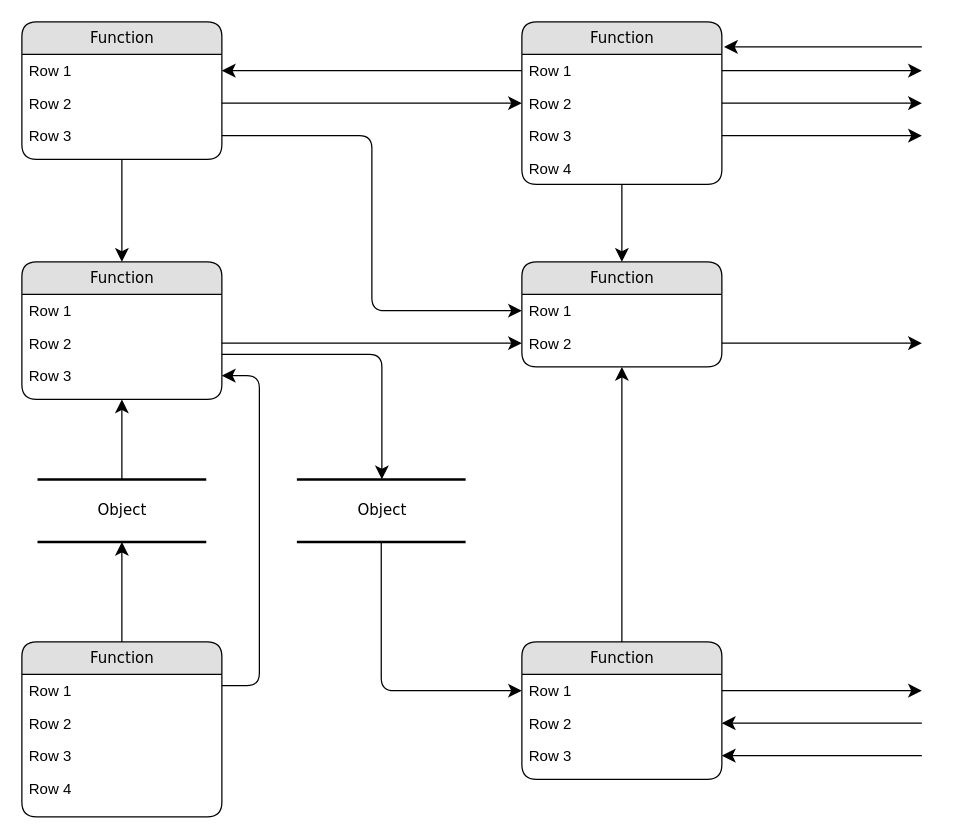
Earlier version of the draw.io diagram mis350-dfd-portfolioproject.drawio (argounova/draw-io). Source tidied: cells renumbered, new cells numbered last; positions are measured from the earlier drawing's top-left corner, leaving out a move shared by most shapes. Both pictures are drawn from the tidied source at 125%, with x=0, y=0 at pixel (21, 21).
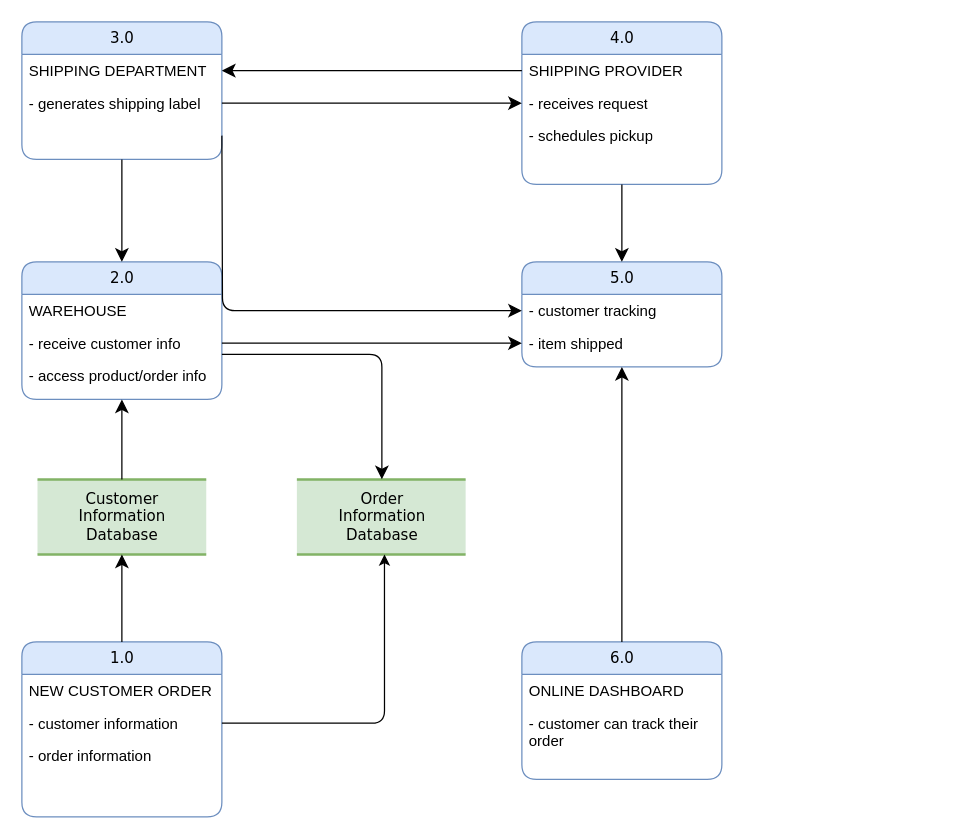
The same page after the edit.

What changed in the source:
```diff
@@
-    <mxCell id="2" value="Object" style="html=1;rounded=0;shadow=0;comic=0;labelBackgroundColor=none;strokeWidth=2;fontFamily=Verdana;fontSize=12;align=center;shape=mxgraph.ios7ui.horLines;" parent="1" vertex="1">
-      <mxGeometry x="12.5" y="366" width="135" height="50" as="geometry" />
+    <mxCell id="2" value="Customer&lt;div&gt;Information&lt;/div&gt;&lt;div&gt;Database&lt;/div&gt;" style="html=1;rounded=0;shadow=0;comic=0;labelBackgroundColor=none;strokeWidth=2;fontFamily=Verdana;fontSize=12;align=center;shape=mxgraph.ios7ui.horLines;fillColor=#d5e8d4;strokeColor=#82b366;" parent="1" vertex="1">
+      <mxGeometry x="12.5" y="366" width="135" height="60" as="geometry" />
     </mxCell>
-    <mxCell id="3" value="Function" style="swimlane;html=1;fontStyle=0;horizontal=1;startSize=26;fillColor=#e0e0e0;swimlaneFillColor=#ffffff;align=center;rounded=1;shadow=0;comic=0;labelBackgroundColor=none;strokeWidth=1;fontFamily=Verdana;fontSize=12;" parent="1" vertex="1">
+    <mxCell id="3" value="3.0" style="swimlane;html=1;fontStyle=0;horizontal=1;startSize=26;fillColor=#dae8fc;swimlaneFillColor=#ffffff;align=center;rounded=1;shadow=0;comic=0;labelBackgroundColor=none;strokeWidth=1;fontFamily=Verdana;fontSize=12;strokeColor=#6c8ebf;" parent="1" vertex="1">
       <mxGeometry width="160" height="110" as="geometry" />
     </mxCell>
-    <mxCell id="4" value="Row 1" style="text;html=1;strokeColor=none;fillColor=none;spacingLeft=4;spacingRight=4;whiteSpace=wrap;overflow=hidden;points=[[0,0.5],[1,0.5]];portConstraint=eastwest;" parent="3" vertex="1">
+    <mxCell id="4" value="SHIPPING DEPARTMENT" style="text;html=1;strokeColor=none;fillColor=none;spacingLeft=4;spacingRight=4;whiteSpace=wrap;overflow=hidden;points=[[0,0.5],[1,0.5]];portConstraint=eastwest;" parent="3" vertex="1">
       <mxGeometry y="26" width="160" height="26" as="geometry" />
     </mxCell>
-    <mxCell id="5" value="Row 2" style="text;html=1;strokeColor=none;fillColor=none;spacingLeft=4;spacingRight=4;whiteSpace=wrap;overflow=hidden;points=[[0,0.5],[1,0.5]];portConstraint=eastwest;" parent="3" vertex="1">
+    <mxCell id="5" value="- generates shipping label" style="text;html=1;strokeColor=none;fillColor=none;spacingLeft=4;spacingRight=4;whiteSpace=wrap;overflow=hidden;points=[[0,0.5],[1,0.5]];portConstraint=eastwest;" parent="3" vertex="1">
       <mxGeometry y="52" width="160" height="26" as="geometry" />
     </mxCell>
-    <mxCell id="6" value="Row 3" style="text;html=1;strokeColor=none;fillColor=none;spacingLeft=4;spacingRight=4;whiteSpace=wrap;overflow=hidden;points=[[0,0.5],[1,0.5]];portConstraint=eastwest;" parent="3" vertex="1">
-      <mxGeometry y="78" width="160" height="26" as="geometry" />
-    </mxCell>
-    <mxCell id="7" value="Function" style="swimlane;html=1;fontStyle=0;horizontal=1;startSize=26;fillColor=#e0e0e0;swimlaneFillColor=#ffffff;align=center;rounded=1;shadow=0;comic=0;labelBackgroundColor=none;strokeWidth=1;fontFamily=Verdana;fontSize=12;" parent="1" vertex="1">
+    <mxCell id="7" value="4.0" style="swimlane;html=1;fontStyle=0;horizontal=1;startSize=26;fillColor=#dae8fc;swimlaneFillColor=#ffffff;align=center;rounded=1;shadow=0;comic=0;labelBackgroundColor=none;strokeWidth=1;fontFamily=Verdana;fontSize=12;strokeColor=#6c8ebf;" parent="1" vertex="1">
       <mxGeometry x="400" width="160" height="130" as="geometry" />
     </mxCell>
-    <mxCell id="8" value="Row 1" style="text;html=1;strokeColor=none;fillColor=none;spacingLeft=4;spacingRight=4;whiteSpace=wrap;overflow=hidden;points=[[0,0.5],[1,0.5]];portConstraint=eastwest;" parent="7" vertex="1">
+    <mxCell id="8" value="SHIPPING PROVIDER" style="text;html=1;strokeColor=none;fillColor=none;spacingLeft=4;spacingRight=4;whiteSpace=wrap;overflow=hidden;points=[[0,0.5],[1,0.5]];portConstraint=eastwest;" parent="7" vertex="1">
       <mxGeometry y="26" width="160" height="26" as="geometry" />
     </mxCell>
-    <mxCell id="9" value="Row 2" style="text;html=1;strokeColor=none;fillColor=none;spacingLeft=4;spacingRight=4;whiteSpace=wrap;overflow=hidden;points=[[0,0.5],[1,0.5]];portConstraint=eastwest;" parent="7" vertex="1">
+    <mxCell id="9" value="- receives request" style="text;html=1;strokeColor=none;fillColor=none;spacingLeft=4;spacingRight=4;whiteSpace=wrap;overflow=hidden;points=[[0,0.5],[1,0.5]];portConstraint=eastwest;" parent="7" vertex="1">
       <mxGeometry y="52" width="160" height="26" as="geometry" />
     </mxCell>
-    <mxCell id="10" value="Row 3" style="text;html=1;strokeColor=none;fillColor=none;spacingLeft=4;spacingRight=4;whiteSpace=wrap;overflow=hidden;points=[[0,0.5],[1,0.5]];portConstraint=eastwest;" parent="7" vertex="1">
+    <mxCell id="10" value="- schedules pickup" style="text;html=1;strokeColor=none;fillColor=none;spacingLeft=4;spacingRight=4;whiteSpace=wrap;overflow=hidden;points=[[0,0.5],[1,0.5]];portConstraint=eastwest;" parent="7" vertex="1">
       <mxGeometry y="78" width="160" height="26" as="geometry" />
     </mxCell>
-    <mxCell id="11" value="Row 4" style="text;html=1;strokeColor=none;fillColor=none;spacingLeft=4;spacingRight=4;whiteSpace=wrap;overflow=hidden;" parent="7" vertex="1">
-      <mxGeometry y="104" width="160" height="26" as="geometry" />
-    </mxCell>
-    <mxCell id="12" value="Function" style="swimlane;html=1;fontStyle=0;horizontal=1;startSize=26;fillColor=#e0e0e0;swimlaneFillColor=#ffffff;align=center;rounded=1;shadow=0;comic=0;labelBackgroundColor=none;strokeWidth=1;fontFamily=Verdana;fontSize=12;" parent="1" vertex="1">
+    <mxCell id="12" value="2.0" style="swimlane;html=1;fontStyle=0;horizontal=1;startSize=26;fillColor=#dae8fc;swimlaneFillColor=#ffffff;align=center;rounded=1;shadow=0;comic=0;labelBackgroundColor=none;strokeWidth=1;fontFamily=Verdana;fontSize=12;strokeColor=#6c8ebf;" parent="1" vertex="1">
       <mxGeometry y="192" width="160" height="110" as="geometry" />
     </mxCell>
-    <mxCell id="13" value="Row 1" style="text;html=1;strokeColor=none;fillColor=none;spacingLeft=4;spacingRight=4;whiteSpace=wrap;overflow=hidden;" parent="12" vertex="1">
+    <mxCell id="13" value="WAREHOUSE" style="text;html=1;strokeColor=none;fillColor=none;spacingLeft=4;spacingRight=4;whiteSpace=wrap;overflow=hidden;" parent="12" vertex="1">
       <mxGeometry y="26" width="160" height="26" as="geometry" />
     </mxCell>
-    <mxCell id="14" value="Row 2" style="text;html=1;strokeColor=none;fillColor=none;spacingLeft=4;spacingRight=4;whiteSpace=wrap;overflow=hidden;points=[[0,0.5],[1,0.5]];portConstraint=eastwest;" parent="12" vertex="1">
+    <mxCell id="14" value="- receive customer info" style="text;html=1;strokeColor=none;fillColor=none;spacingLeft=4;spacingRight=4;whiteSpace=wrap;overflow=hidden;points=[[0,0.5],[1,0.5]];portConstraint=eastwest;" parent="12" vertex="1">
       <mxGeometry y="52" width="160" height="26" as="geometry" />
     </mxCell>
-    <mxCell id="15" value="Row 3" style="text;html=1;strokeColor=none;fillColor=none;spacingLeft=4;spacingRight=4;whiteSpace=wrap;overflow=hidden;points=[[0,0.5],[1,0.5]];portConstraint=eastwest;" parent="12" vertex="1">
+    <mxCell id="15" value="- access product/order info" style="text;html=1;strokeColor=none;fillColor=none;spacingLeft=4;spacingRight=4;whiteSpace=wrap;overflow=hidden;points=[[0,0.5],[1,0.5]];portConstraint=eastwest;" parent="12" vertex="1">
       <mxGeometry y="78" width="160" height="26" as="geometry" />
     </mxCell>
-    <mxCell id="16" value="Function" style="swimlane;html=1;fontStyle=0;horizontal=1;startSize=26;fillColor=#e0e0e0;swimlaneFillColor=#ffffff;align=center;rounded=1;shadow=0;comic=0;labelBackgroundColor=none;strokeWidth=1;fontFamily=Verdana;fontSize=12;" parent="1" vertex="1">
+    <mxCell id="16" value="1.0" style="swimlane;html=1;fontStyle=0;horizontal=1;startSize=26;fillColor=#dae8fc;swimlaneFillColor=#ffffff;align=center;rounded=1;shadow=0;comic=0;labelBackgroundColor=none;strokeWidth=1;fontFamily=Verdana;fontSize=12;strokeColor=#6c8ebf;" parent="1" vertex="1">
       <mxGeometry y="496" width="160" height="140" as="geometry" />
     </mxCell>
-    <mxCell id="17" value="Row 1" style="text;html=1;strokeColor=none;fillColor=none;spacingLeft=4;spacingRight=4;whiteSpace=wrap;overflow=hidden;" parent="16" vertex="1">
+    <mxCell id="17" value="NEW CUSTOMER ORDER" style="text;html=1;strokeColor=none;fillColor=none;spacingLeft=4;spacingRight=4;whiteSpace=wrap;overflow=hidden;" parent="16" vertex="1">
       <mxGeometry y="26" width="160" height="26" as="geometry" />
     </mxCell>
-    <mxCell id="18" value="Row 2" style="text;html=1;strokeColor=none;fillColor=none;spacingLeft=4;spacingRight=4;whiteSpace=wrap;overflow=hidden;points=[[0,0.5],[1,0.5]];portConstraint=eastwest;" parent="16" vertex="1">
+    <mxCell id="18" value="- customer information" style="text;html=1;strokeColor=none;fillColor=none;spacingLeft=4;spacingRight=4;whiteSpace=wrap;overflow=hidden;points=[[0,0.5],[1,0.5]];portConstraint=eastwest;" parent="16" vertex="1">
       <mxGeometry y="52" width="160" height="26" as="geometry" />
     </mxCell>
-    <mxCell id="19" value="Row 3" style="text;html=1;strokeColor=none;fillColor=none;spacingLeft=4;spacingRight=4;whiteSpace=wrap;overflow=hidden;" parent="16" vertex="1">
+    <mxCell id="19" value="- order information" style="text;html=1;strokeColor=none;fillColor=none;spacingLeft=4;spacingRight=4;whiteSpace=wrap;overflow=hidden;" parent="16" vertex="1">
       <mxGeometry y="78" width="160" height="26" as="geometry" />
     </mxCell>
-    <mxCell id="20" value="Row 4" style="text;html=1;strokeColor=none;fillColor=none;spacingLeft=4;spacingRight=4;whiteSpace=wrap;overflow=hidden;" parent="16" vertex="1">
-      <mxGeometry y="104" width="160" height="26" as="geometry" />
-    </mxCell>
-    <mxCell id="21" value="Function" style="swimlane;html=1;fontStyle=0;horizontal=1;startSize=26;fillColor=#e0e0e0;swimlaneFillColor=#ffffff;align=center;rounded=1;shadow=0;comic=0;labelBackgroundColor=none;strokeWidth=1;fontFamily=Verdana;fontSize=12;" parent="1" vertex="1">
+    <mxCell id="21" value="5.0" style="swimlane;html=1;fontStyle=0;horizontal=1;startSize=26;fillColor=#dae8fc;swimlaneFillColor=#ffffff;align=center;rounded=1;shadow=0;comic=0;labelBackgroundColor=none;strokeWidth=1;fontFamily=Verdana;fontSize=12;strokeColor=#6c8ebf;" parent="1" vertex="1">
       <mxGeometry x="400" y="192" width="160" height="84" as="geometry" />
     </mxCell>
-    <mxCell id="22" value="Row 1" style="text;html=1;strokeColor=none;fillColor=none;spacingLeft=4;spacingRight=4;whiteSpace=wrap;overflow=hidden;points=[[0,0.5],[1,0.5]];portConstraint=eastwest;" parent="21" vertex="1">
+    <mxCell id="22" value="- customer tracking" style="text;html=1;strokeColor=none;fillColor=none;spacingLeft=4;spacingRight=4;whiteSpace=wrap;overflow=hidden;points=[[0,0.5],[1,0.5]];portConstraint=eastwest;" parent="21" vertex="1">
       <mxGeometry y="26" width="160" height="26" as="geometry" />
     </mxCell>
-    <mxCell id="23" value="Row 2" style="text;html=1;strokeColor=none;fillColor=none;spacingLeft=4;spacingRight=4;whiteSpace=wrap;overflow=hidden;points=[[0,0.5],[1,0.5]];portConstraint=eastwest;" parent="21" vertex="1">
+    <mxCell id="23" value="- item shipped" style="text;html=1;strokeColor=none;fillColor=none;spacingLeft=4;spacingRight=4;whiteSpace=wrap;overflow=hidden;points=[[0,0.5],[1,0.5]];portConstraint=eastwest;" parent="21" vertex="1">
       <mxGeometry y="52" width="160" height="26" as="geometry" />
     </mxCell>
-    <mxCell id="24" value="Function" style="swimlane;html=1;fontStyle=0;horizontal=1;startSize=26;fillColor=#e0e0e0;swimlaneFillColor=#ffffff;align=center;rounded=1;shadow=0;comic=0;labelBackgroundColor=none;strokeWidth=1;fontFamily=Verdana;fontSize=12;" parent="1" vertex="1">
+    <mxCell id="24" value="6.0" style="swimlane;html=1;fontStyle=0;horizontal=1;startSize=26;fillColor=#dae8fc;swimlaneFillColor=#ffffff;align=center;rounded=1;shadow=0;comic=0;labelBackgroundColor=none;strokeWidth=1;fontFamily=Verdana;fontSize=12;strokeColor=#6c8ebf;" parent="1" vertex="1">
       <mxGeometry x="400" y="496" width="160" height="110" as="geometry" />
     </mxCell>
-    <mxCell id="25" value="Row 1" style="text;html=1;strokeColor=none;fillColor=none;spacingLeft=4;spacingRight=4;whiteSpace=wrap;overflow=hidden;points=[[0,0.5],[1,0.5]];portConstraint=eastwest;" parent="24" vertex="1">
+    <mxCell id="25" value="ONLINE DASHBOARD" style="text;html=1;strokeColor=none;fillColor=none;spacingLeft=4;spacingRight=4;whiteSpace=wrap;overflow=hidden;points=[[0,0.5],[1,0.5]];portConstraint=eastwest;" parent="24" vertex="1">
       <mxGeometry y="26" width="160" height="26" as="geometry" />
     </mxCell>
-    <mxCell id="26" value="Row 2" style="text;html=1;strokeColor=none;fillColor=none;spacingLeft=4;spacingRight=4;whiteSpace=wrap;overflow=hidden;points=[[0,0.5],[1,0.5]];portConstraint=eastwest;" parent="24" vertex="1">
-      <mxGeometry y="52" width="160" height="26" as="geometry" />
+    <mxCell id="26" value="- customer can track their order" style="text;html=1;strokeColor=none;fillColor=none;spacingLeft=4;spacingRight=4;whiteSpace=wrap;overflow=hidden;points=[[0,0.5],[1,0.5]];portConstraint=eastwest;" parent="24" vertex="1">
+      <mxGeometry y="52" width="160" height="38" as="geometry" />
     </mxCell>
-    <mxCell id="27" value="Row 3" style="text;html=1;strokeColor=none;fillColor=none;spacingLeft=4;spacingRight=4;whiteSpace=wrap;overflow=hidden;points=[[0,0.5],[1,0.5]];portConstraint=eastwest;" parent="24" vertex="1">
-      <mxGeometry y="78" width="160" height="26" as="geometry" />
-    </mxCell>
-    <mxCell id="28" value="Object" style="html=1;rounded=0;shadow=0;comic=0;labelBackgroundColor=none;strokeWidth=2;fontFamily=Verdana;fontSize=12;align=center;shape=mxgraph.ios7ui.horLines;" parent="1" vertex="1">
-      <mxGeometry x="220" y="366" width="135" height="50" as="geometry" />
+    <mxCell id="28" value="Order&lt;div&gt;Information&lt;/div&gt;&lt;div&gt;Database&lt;/div&gt;" style="html=1;rounded=0;shadow=0;comic=0;labelBackgroundColor=none;strokeWidth=2;fontFamily=Verdana;fontSize=12;align=center;shape=mxgraph.ios7ui.horLines;fillColor=#d5e8d4;strokeColor=#82b366;" parent="1" vertex="1">
+      <mxGeometry x="220" y="366" width="135" height="60" as="geometry" />
     </mxCell>
@@
-    <mxCell id="31" style="edgeStyle=orthogonalEdgeStyle;html=1;labelBackgroundColor=none;startFill=0;startSize=8;endFill=1;endSize=8;fontFamily=Verdana;fontSize=12;exitX=1;exitY=0.25;entryX=1;entryY=0.5;" parent="1" edge="1" source="16" target="15">
-      <mxGeometry relative="1" as="geometry">
-        <Array as="points">
-          <mxPoint x="190" y="531" />
-          <mxPoint x="190" y="283" />
-        </Array>
-      </mxGeometry>
-    </mxCell>
-    <mxCell id="32" style="edgeStyle=orthogonalEdgeStyle;html=1;labelBackgroundColor=none;startFill=0;startSize=8;endFill=1;endSize=8;fontFamily=Verdana;fontSize=12;" parent="1" edge="1" source="28" target="25">
-      <mxGeometry x="-0.13" y="32" relative="1" as="geometry" />
-    </mxCell>
@@
-    <mxCell id="39" style="edgeStyle=orthogonalEdgeStyle;html=1;exitX=1;exitY=0.5;entryX=0;entryY=0.5;labelBackgroundColor=none;startFill=0;startSize=8;endFill=1;endSize=8;fontFamily=Verdana;fontSize=12;" parent="1" edge="1" source="6" target="22">
-      <mxGeometry relative="1" as="geometry" />
+    <mxCell id="39" style="edgeStyle=orthogonalEdgeStyle;html=1;exitX=1;exitY=0.5;entryX=0;entryY=0.5;labelBackgroundColor=none;startFill=0;startSize=8;endFill=1;endSize=8;fontFamily=Verdana;fontSize=12;" parent="1" edge="1" target="22">
+      <mxGeometry relative="1" as="geometry">
+        <mxPoint x="160" y="91" as="sourcePoint" />
+      </mxGeometry>
     </mxCell>
@@
-    <mxCell id="41" style="edgeStyle=orthogonalEdgeStyle;html=1;labelBackgroundColor=none;startFill=0;startSize=8;endFill=1;endSize=8;fontFamily=Verdana;fontSize=12;" parent="1" edge="1" source="23">
-      <mxGeometry relative="1" as="geometry">
-        <mxPoint x="720" y="257" as="targetPoint" />
-      </mxGeometry>
-    </mxCell>
-    <mxCell id="42" style="edgeStyle=orthogonalEdgeStyle;html=1;exitX=1;exitY=0.5;labelBackgroundColor=none;startFill=0;startSize=8;endFill=1;endSize=8;fontFamily=Verdana;fontSize=12;" parent="1" edge="1" source="25">
-      <mxGeometry relative="1" as="geometry">
-        <mxPoint x="720" y="535" as="targetPoint" />
-      </mxGeometry>
-    </mxCell>
-    <mxCell id="43" style="edgeStyle=orthogonalEdgeStyle;html=1;labelBackgroundColor=none;startFill=0;startSize=8;endFill=1;endSize=8;fontFamily=Verdana;fontSize=12;entryX=1;entryY=0.5;" parent="1" edge="1" target="26">
-      <mxGeometry relative="1" as="geometry">
-        <mxPoint x="720" y="561" as="sourcePoint" />
-        <Array as="points">
-          <mxPoint x="720" y="561" />
-        </Array>
-      </mxGeometry>
-    </mxCell>
-    <mxCell id="44" style="edgeStyle=orthogonalEdgeStyle;html=1;labelBackgroundColor=none;startFill=0;startSize=8;endFill=1;endSize=8;fontFamily=Verdana;fontSize=12;entryX=1;entryY=0.5;" parent="1" edge="1" target="27">
-      <mxGeometry relative="1" as="geometry">
-        <mxPoint x="720" y="587" as="sourcePoint" />
-        <Array as="points">
-          <mxPoint x="640" y="587" />
-          <mxPoint x="640" y="587" />
-        </Array>
-      </mxGeometry>
-    </mxCell>
-    <mxCell id="45" style="edgeStyle=orthogonalEdgeStyle;html=1;exitX=1;exitY=0.5;labelBackgroundColor=none;startFill=0;startSize=8;endFill=1;endSize=8;fontFamily=Verdana;fontSize=12;" parent="1" edge="1" source="8">
-      <mxGeometry relative="1" as="geometry">
-        <mxPoint x="720" y="39" as="targetPoint" />
-      </mxGeometry>
-    </mxCell>
-    <mxCell id="46" style="edgeStyle=orthogonalEdgeStyle;html=1;exitX=1;exitY=0.5;labelBackgroundColor=none;startFill=0;startSize=8;endFill=1;endSize=8;fontFamily=Verdana;fontSize=12;" parent="1" edge="1" source="9">
-      <mxGeometry relative="1" as="geometry">
-        <mxPoint x="720" y="65" as="targetPoint" />
-      </mxGeometry>
-    </mxCell>
-    <mxCell id="47" style="edgeStyle=orthogonalEdgeStyle;html=1;exitX=1;exitY=0.5;labelBackgroundColor=none;startFill=0;startSize=8;endFill=1;endSize=8;fontFamily=Verdana;fontSize=12;" parent="1" edge="1" source="10">
-      <mxGeometry relative="1" as="geometry">
-        <mxPoint x="720" y="91" as="targetPoint" />
-      </mxGeometry>
-    </mxCell>
-    <mxCell id="48" style="edgeStyle=elbowEdgeStyle;html=1;labelBackgroundColor=none;startFill=0;startSize=8;endFill=1;endSize=8;fontFamily=Verdana;fontSize=12;elbow=vertical;entryX=1.011;entryY=0.152;entryPerimeter=0;" parent="1" edge="1" target="7">
-      <mxGeometry relative="1" as="geometry">
-        <mxPoint x="720" y="20" as="sourcePoint" />
-        <Array as="points">
-          <mxPoint x="650" y="20" />
-        </Array>
-      </mxGeometry>
-    </mxCell>
+    <mxCell id="49" style="edgeStyle=orthogonalEdgeStyle;rounded=1;jettySize=auto;html=1;entryX=0.519;entryY=1;entryDx=0;entryDy=0;entryPerimeter=0;curved=0;" parent="1" edge="1" source="18" target="28">
+      <mxGeometry relative="1" as="geometry" />
+    </mxCell>
```
